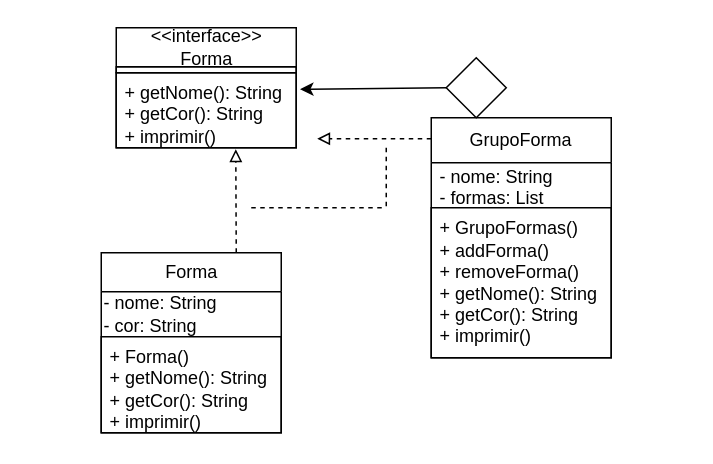
Before: padroesProjetosSistemas/composite/DiagramaComposite.drawio in AugustoTSantos/Bertoti, a draw.io diagram. Source tidied: cells renumbered, new cells numbered last; positions are measured from the earlier drawing's top-left corner, leaving out a move shared by most shapes. Both pictures are drawn from the tidied source at 150%, with x=0, y=0 at pixel (100, 27).
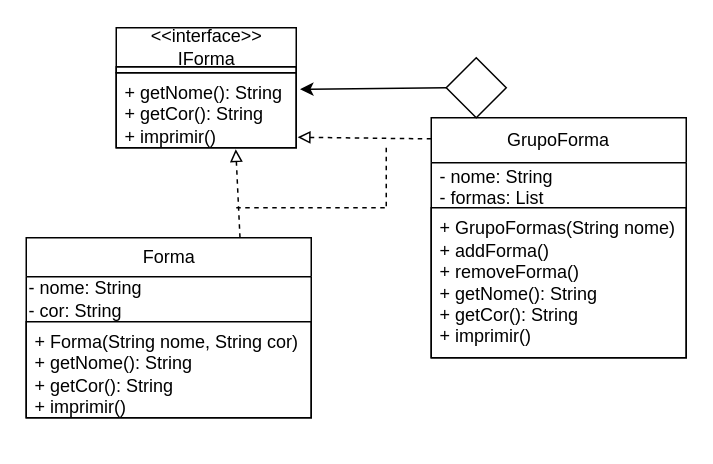
After the change.

Unchanged cells that the change refers to:
```xml
<mxCell id="10" value="+ getNome(): String&lt;br&gt;+ getCor(): String&lt;br&gt;+ imprimir()" style="text;strokeColor=default;fillColor=none;align=left;verticalAlign=top;spacingLeft=4;spacingRight=4;overflow=hidden;points=[[0,0.5],[1,0.5]];portConstraint=eastwest;whiteSpace=wrap;html=1;" parent="8" vertex="1">
  <mxGeometry y="30" width="120" height="50" as="geometry" />
</mxCell>
```

Change to the diagram source:
```diff
@@
     <mxCell id="2" value="Forma" style="swimlane;fontStyle=0;horizontal=1;startSize=26;fillColor=none;html=1;" parent="1" vertex="1">
-      <mxGeometry y="150" width="120" height="120" as="geometry" />
+      <mxGeometry x="-50" y="140" width="190" height="120" as="geometry" />
     </mxCell>
     <mxCell id="3" value="&lt;span style=&quot;&quot;&gt;- nome: String&lt;/span&gt;&lt;br style=&quot;&quot;&gt;&lt;div style=&quot;&quot;&gt;&lt;span style=&quot;background-color: initial;&quot;&gt;- cor: String&lt;/span&gt;&lt;/div&gt;" style="text;html=1;strokeColor=none;fillColor=none;align=left;verticalAlign=middle;whiteSpace=wrap;rounded=0;" parent="2" vertex="1">
-      <mxGeometry y="26" width="120" height="30" as="geometry" />
+      <mxGeometry y="26" width="190" height="30" as="geometry" />
     </mxCell>
-    <mxCell id="4" value="+ Forma()&lt;br&gt;+ getNome(): String&lt;br&gt;+ getCor(): String&lt;br&gt;+ imprimir()" style="text;strokeColor=default;fillColor=none;align=left;verticalAlign=top;spacingLeft=4;spacingRight=4;overflow=hidden;whiteSpace=wrap;html=1;" parent="2" vertex="1">
-      <mxGeometry y="56" width="120" height="64" as="geometry" />
+    <mxCell id="4" value="+ Forma(String nome, String cor)&lt;br&gt;+ getNome(): String&lt;br&gt;+ getCor(): String&lt;br&gt;+ imprimir()" style="text;strokeColor=default;fillColor=none;align=left;verticalAlign=top;spacingLeft=4;spacingRight=4;overflow=hidden;whiteSpace=wrap;html=1;" parent="2" vertex="1">
+      <mxGeometry y="56" width="190" height="64" as="geometry" />
     </mxCell>
     <mxCell id="5" value="GrupoForma" style="swimlane;fontStyle=0;horizontal=1;startSize=30;whiteSpace=wrap;html=1;strokeColor=default;" parent="1" vertex="1">
-      <mxGeometry x="220" y="60" width="120" height="160" as="geometry" />
+      <mxGeometry x="220" y="60" width="170" height="160" as="geometry" />
     </mxCell>
     <mxCell id="6" value="- nome: String&lt;br&gt;- formas: List" style="text;strokeColor=none;fillColor=none;align=left;verticalAlign=middle;spacingLeft=4;spacingRight=4;overflow=hidden;whiteSpace=wrap;html=1;" parent="5" vertex="1">
-      <mxGeometry y="30" width="120" height="30" as="geometry" />
+      <mxGeometry y="30" width="170" height="30" as="geometry" />
     </mxCell>
-    <mxCell id="7" value="+ GrupoFormas()&lt;br&gt;+ addForma()&lt;br&gt;+ removeForma()&lt;br&gt;+ getNome(): String&lt;br&gt;+ getCor(): String&lt;br&gt;+ imprimir()" style="text;strokeColor=default;fillColor=none;align=left;verticalAlign=middle;spacingLeft=4;spacingRight=4;overflow=hidden;whiteSpace=wrap;html=1;" parent="5" vertex="1">
-      <mxGeometry y="60" width="120" height="100" as="geometry" />
+    <mxCell id="7" value="+ GrupoFormas(String nome)&lt;br&gt;+ addForma()&lt;br&gt;+ removeForma()&lt;br&gt;+ getNome(): String&lt;br&gt;+ getCor(): String&lt;br&gt;+ imprimir()" style="text;strokeColor=default;fillColor=none;align=left;verticalAlign=middle;spacingLeft=4;spacingRight=4;overflow=hidden;whiteSpace=wrap;html=1;" parent="5" vertex="1">
+      <mxGeometry y="60" width="170" height="100" as="geometry" />
     </mxCell>
-    <mxCell id="8" value="&amp;lt;&amp;lt;interface&amp;gt;&amp;gt;&lt;br&gt;Forma" style="swimlane;fontStyle=0;horizontal=1;startSize=26;fillColor=none;html=1;" parent="1" vertex="1">
+    <mxCell id="8" value="&amp;lt;&amp;lt;interface&amp;gt;&amp;gt;&lt;br&gt;IForma" style="swimlane;fontStyle=0;horizontal=1;startSize=26;fillColor=none;html=1;" parent="1" vertex="1">
       <mxGeometry x="10" width="120" height="80" as="geometry" />
     </mxCell>
@@
-    <mxCell id="13" style="endArrow=block;html=1;entryX=0.664;entryY=1.02;entryDx=0;entryDy=0;entryPerimeter=0;dashed=1;endFill=0;" parent="1" edge="1" target="10">
-      <mxGeometry relative="1" as="geometry">
-        <mxPoint x="90" y="150" as="sourcePoint" />
-      </mxGeometry>
+    <mxCell id="13" style="endArrow=block;html=1;entryX=0.664;entryY=1.02;entryDx=0;entryDy=0;entryPerimeter=0;dashed=1;endFill=0;exitX=0.75;exitY=0;exitDx=0;exitDy=0;" parent="1" edge="1" source="2" target="10">
+      <mxGeometry relative="1" as="geometry" />
     </mxCell>
-    <mxCell id="14" style="endArrow=block;html=1;dashed=1;exitX=0;exitY=0.088;exitDx=0;exitDy=0;exitPerimeter=0;endFill=0;" parent="1" edge="1" source="5">
-      <mxGeometry relative="1" as="geometry">
-        <mxPoint x="144" y="74" as="targetPoint" />
-      </mxGeometry>
+    <mxCell id="14" style="endArrow=block;html=1;dashed=1;exitX=0;exitY=0.088;exitDx=0;exitDy=0;exitPerimeter=0;endFill=0;entryX=1.008;entryY=0.86;entryDx=0;entryDy=0;entryPerimeter=0;" parent="1" edge="1" source="5" target="10">
+      <mxGeometry relative="1" as="geometry" />
     </mxCell>
     <mxCell id="15" style="endArrow=none;dashed=1;html=1;" parent="1" edge="1">
       <mxGeometry relative="1" as="geometry">
-        <mxPoint x="100" y="120" as="sourcePoint" />
+        <mxPoint x="90" y="120" as="sourcePoint" />
         <mxPoint x="190" y="120" as="targetPoint" />
       </mxGeometry>
     </mxCell>
```
